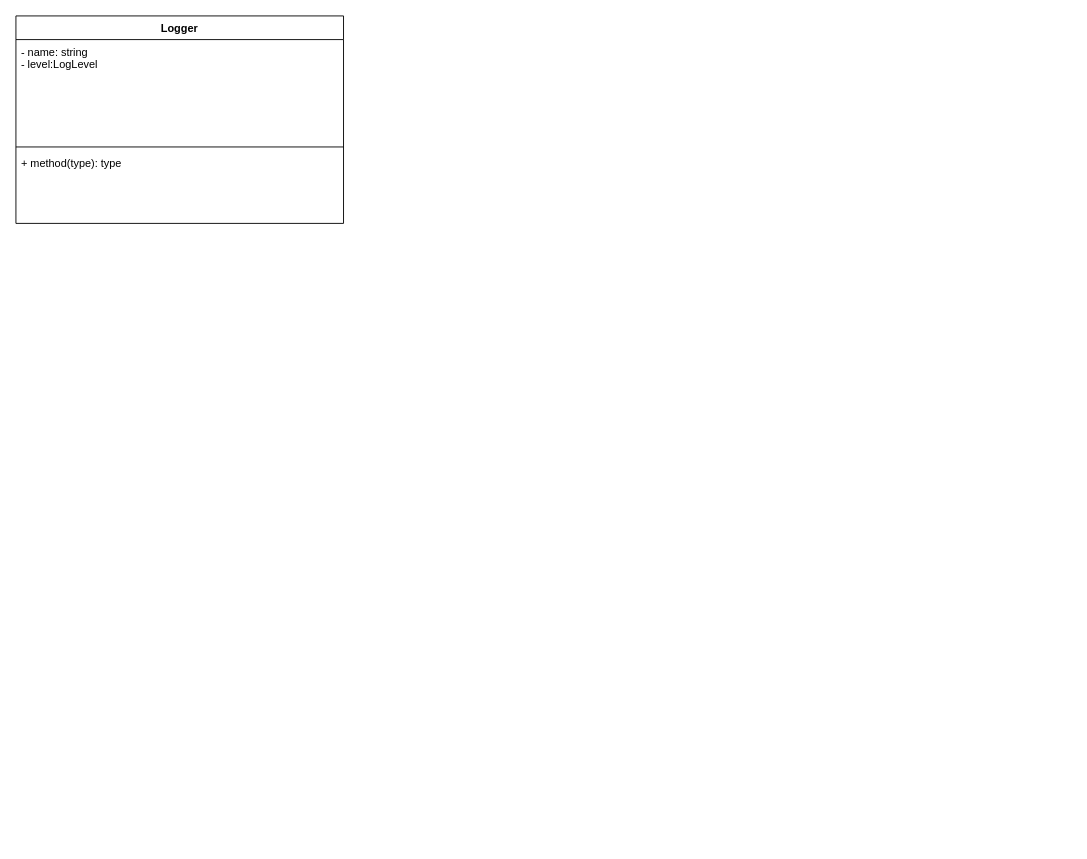
Earlier version of the draw.io diagram mark/mylog.drawio (letusget/MyServer). Source tidied: cells renumbered, new cells numbered last; positions are measured from the earlier drawing's top-left corner, leaving out a move shared by most shapes. Both pictures are drawn from the tidied source at 91%, with x=0, y=0 at pixel (15, 15).
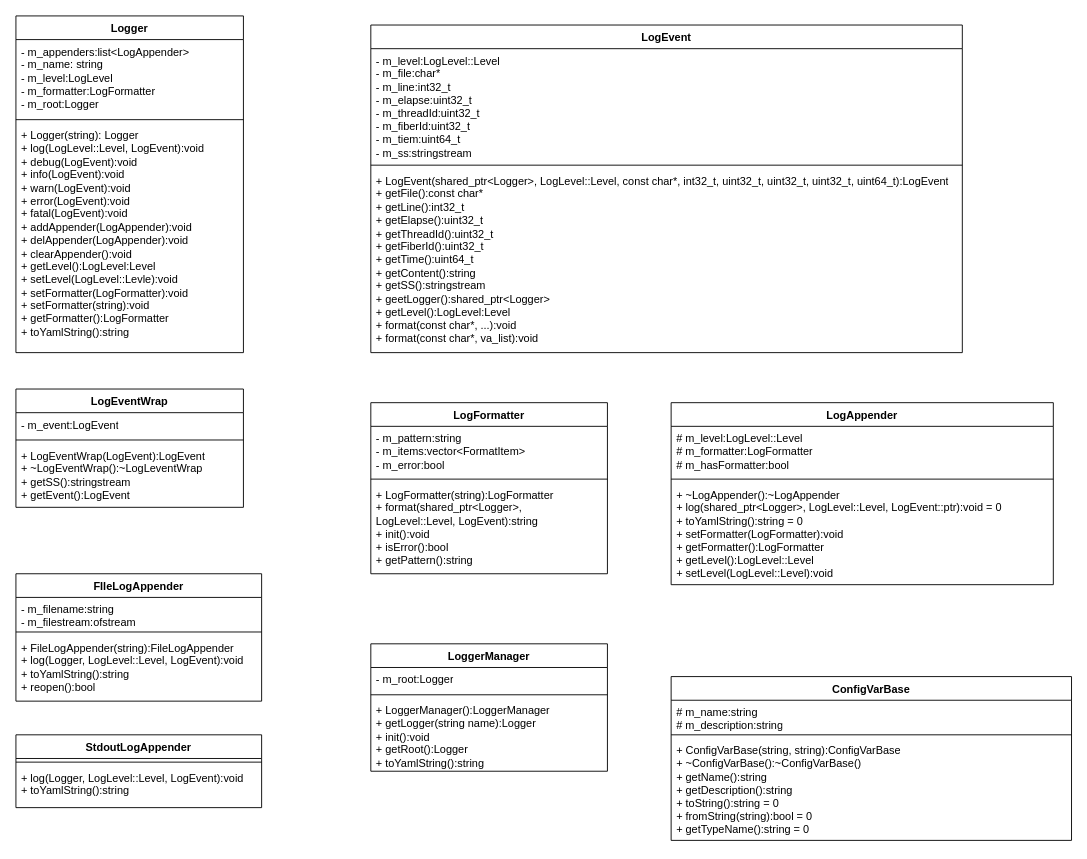
The same diagram, later.

Diff of the diagram source:
```diff
@@
     <mxCell id="2" value="Logger" style="swimlane;fontStyle=1;align=center;verticalAlign=top;horizontal=1;startSize=26;whiteSpace=wrap;html=1;" parent="1" vertex="1">
-      <mxGeometry width="360" height="228" as="geometry" />
+      <mxGeometry width="250" height="370" as="geometry" />
     </mxCell>
-    <mxCell id="3" value="- name: string&lt;br&gt;- level:LogLevel&lt;br&gt;&lt;br&gt;&lt;div&gt;&lt;br&gt;&lt;/div&gt;" style="text;strokeColor=none;fillColor=none;align=left;verticalAlign=top;spacingLeft=4;spacingRight=4;overflow=hidden;whiteSpace=wrap;html=1;" parent="2" vertex="1">
-      <mxGeometry y="26" width="360" height="114" as="geometry" />
+    <mxCell id="3" value="- m_appenders:list&amp;lt;LogAppender&amp;gt;&lt;br&gt;- m_name: string&lt;br&gt;- m_level:LogLevel&lt;br&gt;- m_formatter:LogFormatter&lt;br&gt;- m_root:Logger&lt;br&gt;&lt;br&gt;&lt;div&gt;&lt;br&gt;&lt;/div&gt;" style="text;strokeColor=none;fillColor=none;align=left;verticalAlign=top;spacingLeft=4;spacingRight=4;overflow=hidden;whiteSpace=wrap;html=1;" parent="2" vertex="1">
+      <mxGeometry y="26" width="250" height="84" as="geometry" />
     </mxCell>
     <mxCell id="4" style="line;strokeWidth=1;fillColor=none;align=left;verticalAlign=middle;spacingTop=-1;spacingLeft=3;spacingRight=3;labelPosition=right;strokeColor=inherit;" parent="2" vertex="1">
-      <mxGeometry y="140" width="360" height="8" as="geometry" />
+      <mxGeometry y="110" width="250" height="8" as="geometry" />
     </mxCell>
-    <mxCell id="5" value="+ method(type): type" style="text;strokeColor=none;fillColor=none;align=left;verticalAlign=top;spacingLeft=4;spacingRight=4;overflow=hidden;whiteSpace=wrap;html=1;" parent="2" vertex="1">
-      <mxGeometry y="148" width="360" height="80" as="geometry" />
+    <mxCell id="5" value="+ Logger(string): Logger&lt;br&gt;+ log(LogLevel::Level, LogEvent):void&lt;br&gt;+ debug(LogEvent):void&lt;br&gt;+ info(LogEvent):void&lt;br&gt;+ warn(LogEvent):void&lt;br style=&quot;border-color: var(--border-color);&quot;&gt;+ error(LogEvent):void&lt;br&gt;+ fatal(LogEvent):void&lt;br style=&quot;border-color: var(--border-color);&quot;&gt;+ addAppender(LogAppender):void&lt;br&gt;+ delAppender(LogAppender):void&lt;br&gt;+ clearAppender():void&lt;br&gt;+ getLevel():LogLevel:Level&lt;br&gt;+ setLevel(LogLevel::Levle):void&lt;br&gt;+ setFormatter(LogFormatter):void&lt;br&gt;+ setFormatter(string):void&lt;br&gt;+ getFormatter():LogFormatter&lt;br&gt;+ toYamlString():string" style="text;strokeColor=none;fillColor=none;align=left;verticalAlign=top;spacingLeft=4;spacingRight=4;overflow=hidden;whiteSpace=wrap;html=1;" parent="2" vertex="1">
+      <mxGeometry y="118" width="250" height="252" as="geometry" />
     </mxCell>
+    <mxCell id="6" value="LogEvent" style="swimlane;fontStyle=1;align=center;verticalAlign=top;horizontal=1;startSize=26;whiteSpace=wrap;html=1;" parent="1" vertex="1">
+      <mxGeometry x="390" y="10" width="650" height="360" as="geometry" />
+    </mxCell>
+    <mxCell id="7" value="- m_level:LogLevel::Level&lt;br&gt;- m_file:char*&lt;br&gt;- m_line:int32_t&lt;br&gt;- m_elapse:uint32_t&lt;br&gt;- m_threadId:uint32_t&lt;br&gt;- m_fiberId:uint32_t&lt;br&gt;- m_tiem:uint64_t&lt;br&gt;- m_ss:stringstream" style="text;strokeColor=none;fillColor=none;align=left;verticalAlign=top;spacingLeft=4;spacingRight=4;overflow=hidden;whiteSpace=wrap;html=1;" parent="6" vertex="1">
+      <mxGeometry y="26" width="650" height="124" as="geometry" />
+    </mxCell>
+    <mxCell id="8" style="line;strokeWidth=1;fillColor=none;align=left;verticalAlign=middle;spacingTop=-1;spacingLeft=3;spacingRight=3;labelPosition=right;strokeColor=inherit;" parent="6" vertex="1">
+      <mxGeometry y="150" width="650" height="8" as="geometry" />
+    </mxCell>
+    <mxCell id="9" value="+ LogEvent(shared_ptr&amp;lt;Logger&amp;gt;, LogLevel::Level, const char*, int32_t, uint32_t, uint32_t, uint32_t, uint64_t):LogEvent&lt;br&gt;+ getFile():const char*&lt;br&gt;+ getLine():int32_t&lt;br&gt;+ getElapse():uint32_t&lt;br&gt;+ getThreadId():uint32_t&lt;br&gt;+ getFiberId():uint32_t&lt;br&gt;+ getTime():uint64_t&lt;br&gt;+ getContent():string&lt;br&gt;+ getSS():stringstream&lt;br&gt;+ geetLogger():shared_ptr&amp;lt;Logger&amp;gt;&lt;br&gt;+ getLevel():LogLevel:Level&lt;br&gt;+ format(const char*, ...):void&lt;br&gt;+ format(const char*, va_list):void" style="text;strokeColor=none;fillColor=none;align=left;verticalAlign=top;spacingLeft=4;spacingRight=4;overflow=hidden;whiteSpace=wrap;html=1;" parent="6" vertex="1">
+      <mxGeometry y="158" width="650" height="202" as="geometry" />
+    </mxCell>
+    <mxCell id="10" value="LogEventWrap" style="swimlane;fontStyle=1;align=center;verticalAlign=top;horizontal=1;startSize=26;whiteSpace=wrap;html=1;" parent="1" vertex="1">
+      <mxGeometry y="410" width="250" height="130" as="geometry" />
+    </mxCell>
+    <mxCell id="11" value="- m_event:LogEvent" style="text;strokeColor=none;fillColor=none;align=left;verticalAlign=top;spacingLeft=4;spacingRight=4;overflow=hidden;whiteSpace=wrap;html=1;" parent="10" vertex="1">
+      <mxGeometry y="26" width="250" height="26" as="geometry" />
+    </mxCell>
+    <mxCell id="12" style="line;strokeWidth=1;fillColor=none;align=left;verticalAlign=middle;spacingTop=-1;spacingLeft=3;spacingRight=3;labelPosition=right;strokeColor=inherit;" parent="10" vertex="1">
+      <mxGeometry y="52" width="250" height="8" as="geometry" />
+    </mxCell>
+    <mxCell id="13" value="+ LogEventWrap(LogEvent):LogEvent&lt;br&gt;+ ~LogEventWrap():~LogLeventWrap&lt;br&gt;+ getSS():stringstream&lt;br&gt;+ getEvent():LogEvent" style="text;strokeColor=none;fillColor=none;align=left;verticalAlign=top;spacingLeft=4;spacingRight=4;overflow=hidden;whiteSpace=wrap;html=1;" parent="10" vertex="1">
+      <mxGeometry y="60" width="250" height="70" as="geometry" />
+    </mxCell>
+    <mxCell id="14" value="LogFormatter" style="swimlane;fontStyle=1;align=center;verticalAlign=top;horizontal=1;startSize=26;whiteSpace=wrap;html=1;" parent="1" vertex="1">
+      <mxGeometry x="390" y="425" width="260" height="188" as="geometry" />
+    </mxCell>
+    <mxCell id="15" value="- m_pattern:string&lt;br&gt;- m_items:vector&amp;lt;FormatItem&amp;gt;&lt;br&gt;- m_error:bool" style="text;strokeColor=none;fillColor=none;align=left;verticalAlign=top;spacingLeft=4;spacingRight=4;overflow=hidden;whiteSpace=wrap;html=1;" parent="14" vertex="1">
+      <mxGeometry y="26" width="260" height="54" as="geometry" />
+    </mxCell>
+    <mxCell id="16" style="line;strokeWidth=1;fillColor=none;align=left;verticalAlign=middle;spacingTop=-1;spacingLeft=3;spacingRight=3;labelPosition=right;strokeColor=inherit;" parent="14" vertex="1">
+      <mxGeometry y="80" width="260" height="8" as="geometry" />
+    </mxCell>
+    <mxCell id="17" value="+ LogFormatter(string):LogFormatter&lt;br&gt;+ format(shared_ptr&amp;lt;Logger&amp;gt;, LogLevel::Level, LogEvent):string&lt;br&gt;+ init():void&lt;br&gt;+ isError():bool&lt;br&gt;+ getPattern():string" style="text;strokeColor=none;fillColor=none;align=left;verticalAlign=top;spacingLeft=4;spacingRight=4;overflow=hidden;whiteSpace=wrap;html=1;" parent="14" vertex="1">
+      <mxGeometry y="88" width="260" height="100" as="geometry" />
+    </mxCell>
+    <mxCell id="18" value="LogAppender" style="swimlane;fontStyle=1;align=center;verticalAlign=top;horizontal=1;startSize=26;whiteSpace=wrap;html=1;" parent="1" vertex="1">
+      <mxGeometry x="720" y="425" width="420" height="200" as="geometry" />
+    </mxCell>
+    <mxCell id="19" value="# m_level:LogLevel::Level&lt;br&gt;# m_formatter:LogFormatter&lt;br&gt;# m_hasFormatter:bool" style="text;strokeColor=none;fillColor=none;align=left;verticalAlign=top;spacingLeft=4;spacingRight=4;overflow=hidden;whiteSpace=wrap;html=1;" parent="18" vertex="1">
+      <mxGeometry y="26" width="420" height="54" as="geometry" />
+    </mxCell>
+    <mxCell id="20" style="line;strokeWidth=1;fillColor=none;align=left;verticalAlign=middle;spacingTop=-1;spacingLeft=3;spacingRight=3;labelPosition=right;strokeColor=inherit;" parent="18" vertex="1">
+      <mxGeometry y="80" width="420" height="8" as="geometry" />
+    </mxCell>
+    <mxCell id="21" value="+ ~LogAppender():~LogAppender&lt;div&gt;+ log(shared_ptr&amp;lt;Logger&amp;gt;, LogLevel::Level, LogEvent::ptr):void = 0&lt;/div&gt;&lt;div&gt;+ toYamlString():string = 0&lt;/div&gt;&lt;div&gt;+ setFormatter(LogFormatter):void&lt;/div&gt;&lt;div&gt;+ getFormatter():LogFormatter&lt;/div&gt;&lt;div&gt;+ getLevel():LogLevel::Level&lt;/div&gt;&lt;div&gt;+ setLevel(LogLevel::Level):void&lt;/div&gt;" style="text;strokeColor=none;fillColor=none;align=left;verticalAlign=top;spacingLeft=4;spacingRight=4;overflow=hidden;whiteSpace=wrap;html=1;" parent="18" vertex="1">
+      <mxGeometry y="88" width="420" height="112" as="geometry" />
+    </mxCell>
+    <mxCell id="22" value="FIleLogAppender" style="swimlane;fontStyle=1;align=center;verticalAlign=top;horizontal=1;startSize=26;whiteSpace=wrap;html=1;" parent="1" vertex="1">
+      <mxGeometry y="613" width="270" height="140" as="geometry" />
+    </mxCell>
+    <mxCell id="23" value="- m_filename:string&lt;br&gt;- m_filestream:ofstream" style="text;strokeColor=none;fillColor=none;align=left;verticalAlign=top;spacingLeft=4;spacingRight=4;overflow=hidden;whiteSpace=wrap;html=1;" parent="22" vertex="1">
+      <mxGeometry y="26" width="270" height="34" as="geometry" />
+    </mxCell>
+    <mxCell id="24" style="line;strokeWidth=1;fillColor=none;align=left;verticalAlign=middle;spacingTop=-1;spacingLeft=3;spacingRight=3;labelPosition=right;strokeColor=inherit;" parent="22" vertex="1">
+      <mxGeometry y="60" width="270" height="8" as="geometry" />
+    </mxCell>
+    <mxCell id="25" value="+ FileLogAppender(string):FileLogAppender&lt;br&gt;+ log(Logger, LogLevel::Level, LogEvent):void&lt;br&gt;+ toYamlString():string&lt;br&gt;+ reopen():bool" style="text;strokeColor=none;fillColor=none;align=left;verticalAlign=top;spacingLeft=4;spacingRight=4;overflow=hidden;whiteSpace=wrap;html=1;" parent="22" vertex="1">
+      <mxGeometry y="68" width="270" height="72" as="geometry" />
+    </mxCell>
+    <mxCell id="26" value="StdoutLogAppender" style="swimlane;fontStyle=1;align=center;verticalAlign=top;horizontal=1;startSize=26;whiteSpace=wrap;html=1;" parent="1" vertex="1">
+      <mxGeometry y="790" width="270" height="80" as="geometry" />
+    </mxCell>
+    <mxCell id="27" style="line;strokeWidth=1;fillColor=none;align=left;verticalAlign=middle;spacingTop=-1;spacingLeft=3;spacingRight=3;labelPosition=right;strokeColor=inherit;" parent="26" vertex="1">
+      <mxGeometry y="26" width="270" height="8" as="geometry" />
+    </mxCell>
+    <mxCell id="28" value="+ log(Logger, LogLevel::Level, LogEvent):void&lt;br&gt;+ toYamlString():string" style="text;strokeColor=none;fillColor=none;align=left;verticalAlign=top;spacingLeft=4;spacingRight=4;overflow=hidden;whiteSpace=wrap;html=1;" parent="26" vertex="1">
+      <mxGeometry y="34" width="270" height="46" as="geometry" />
+    </mxCell>
+    <mxCell id="29" value="LoggerManager" style="swimlane;fontStyle=1;align=center;verticalAlign=top;horizontal=1;startSize=26;whiteSpace=wrap;html=1;" parent="1" vertex="1">
+      <mxGeometry x="390" y="690" width="260" height="140" as="geometry" />
+    </mxCell>
+    <mxCell id="30" value="- m_root:Logger" style="text;strokeColor=none;fillColor=none;align=left;verticalAlign=top;spacingLeft=4;spacingRight=4;overflow=hidden;whiteSpace=wrap;html=1;" parent="29" vertex="1">
+      <mxGeometry y="26" width="260" height="26" as="geometry" />
+    </mxCell>
+    <mxCell id="31" style="line;strokeWidth=1;fillColor=none;align=left;verticalAlign=middle;spacingTop=-1;spacingLeft=3;spacingRight=3;labelPosition=right;strokeColor=inherit;" parent="29" vertex="1">
+      <mxGeometry y="52" width="260" height="8" as="geometry" />
+    </mxCell>
+    <mxCell id="32" value="+ LoggerManager():LoggerManager&lt;br&gt;+ getLogger(string name):Logger&lt;br&gt;+ init():void&lt;br&gt;+ getRoot():Logger&lt;br&gt;+ toYamlString():string" style="text;strokeColor=none;fillColor=none;align=left;verticalAlign=top;spacingLeft=4;spacingRight=4;overflow=hidden;whiteSpace=wrap;html=1;" parent="29" vertex="1">
+      <mxGeometry y="60" width="260" height="80" as="geometry" />
+    </mxCell>
+    <mxCell id="33" value="ConfigVarBase" style="swimlane;fontStyle=1;align=center;verticalAlign=top;horizontal=1;startSize=26;whiteSpace=wrap;html=1;" parent="1" vertex="1">
+      <mxGeometry x="720" y="726" width="440" height="180" as="geometry" />
+    </mxCell>
+    <mxCell id="34" value="# m_name:string&lt;br&gt;# m_description:string" style="text;strokeColor=none;fillColor=none;align=left;verticalAlign=top;spacingLeft=4;spacingRight=4;overflow=hidden;whiteSpace=wrap;html=1;" parent="33" vertex="1">
+      <mxGeometry y="26" width="440" height="34" as="geometry" />
+    </mxCell>
+    <mxCell id="35" style="line;strokeWidth=1;fillColor=none;align=left;verticalAlign=middle;spacingTop=-1;spacingLeft=3;spacingRight=3;labelPosition=right;strokeColor=inherit;" parent="33" vertex="1">
+      <mxGeometry y="60" width="440" height="8" as="geometry" />
+    </mxCell>
+    <mxCell id="36" value="+ ConfigVarBase(string, string):ConfigVarBase&lt;br&gt;+ ~ConfigVarBase():~ConfigVarBase()&lt;br&gt;+ getName():string&lt;br&gt;+ getDescription():string&lt;br&gt;+ toString():string = 0&lt;br&gt;+ fromString(string):bool = 0&lt;br&gt;+ getTypeName():string = 0" style="text;strokeColor=none;fillColor=none;align=left;verticalAlign=top;spacingLeft=4;spacingRight=4;overflow=hidden;whiteSpace=wrap;html=1;" parent="33" vertex="1">
+      <mxGeometry y="68" width="440" height="112" as="geometry" />
+    </mxCell>
```
